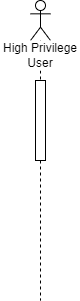
This is Sequence Diagram - Device (Higher Privilege).drawio.png from kaisunoo/Acads, a draw.io export, as it was before one commit. Source tidied: cells renumbered, new cells last; positions are measured from the earlier drawing's top-left corner, leaving out a move shared by most shapes.
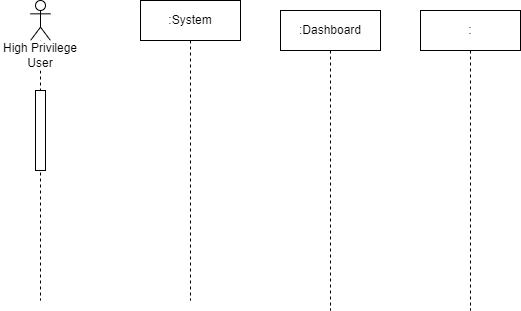
Later version of the same file.

Diff of the diagram source:
```diff
@@ -6,10 +6,19 @@
       <mxGeometry x="30" width="20" height="300" as="geometry" />
     </mxCell>
     <mxCell id="3" style="html=1;perimeter=orthogonalPerimeter;targetShapes=umlLifeline;newEdgeStyle={&quot;curved&quot;:0,&quot;rounded&quot;:0};" parent="2" vertex="1">
-      <mxGeometry x="5" y="80" width="10" height="80" as="geometry" />
+      <mxGeometry x="5" y="90" width="10" height="80" as="geometry" />
     </mxCell>
     <mxCell id="4" value="High Privilege User" style="text;strokeColor=none;align=center;fillColor=#FFFFFF;html=1;verticalAlign=middle;whiteSpace=wrap;rounded=0;" parent="1" vertex="1">
       <mxGeometry y="40" width="80" height="30" as="geometry" />
     </mxCell>
+    <mxCell id="5" value=":System" style="shape=umlLifeline;perimeter=lifelinePerimeter;whiteSpace=wrap;html=1;newEdgeStyle={&quot;curved&quot;:0,&quot;rounded&quot;:0};" parent="1" vertex="1">
+      <mxGeometry x="140" width="100" height="300" as="geometry" />
+    </mxCell>
+    <mxCell id="6" value=":Dashboard" style="shape=umlLifeline;perimeter=lifelinePerimeter;whiteSpace=wrap;html=1;newEdgeStyle={&quot;curved&quot;:0,&quot;rounded&quot;:0};" parent="1" vertex="1">
+      <mxGeometry x="280" y="10" width="100" height="300" as="geometry" />
+    </mxCell>
+    <mxCell id="7" value=":" style="shape=umlLifeline;perimeter=lifelinePerimeter;whiteSpace=wrap;html=1;newEdgeStyle={&quot;curved&quot;:0,&quot;rounded&quot;:0};" parent="1" vertex="1">
+      <mxGeometry x="420" y="10" width="100" height="300" as="geometry" />
+    </mxCell>
   </root>
 </mxGraphModel>
```
